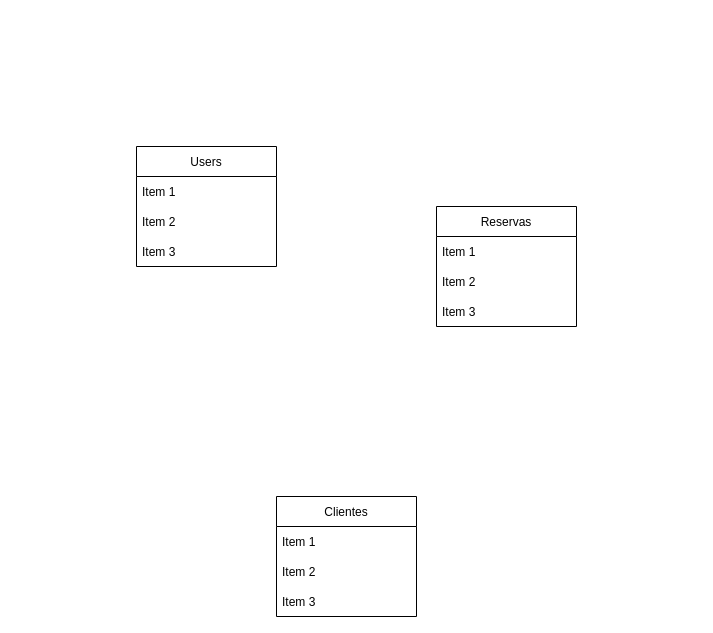
Before: web-checkin/PHP-web-check-in.drawio in danielo101/db-diagrams, a draw.io diagram. Source tidied: cells renumbered, new cells numbered last; positions are measured from the earlier drawing's top-left corner, leaving out a move shared by most shapes. Both pictures are drawn from the tidied source at 100%, with x=0, y=0 at pixel (136, 146).
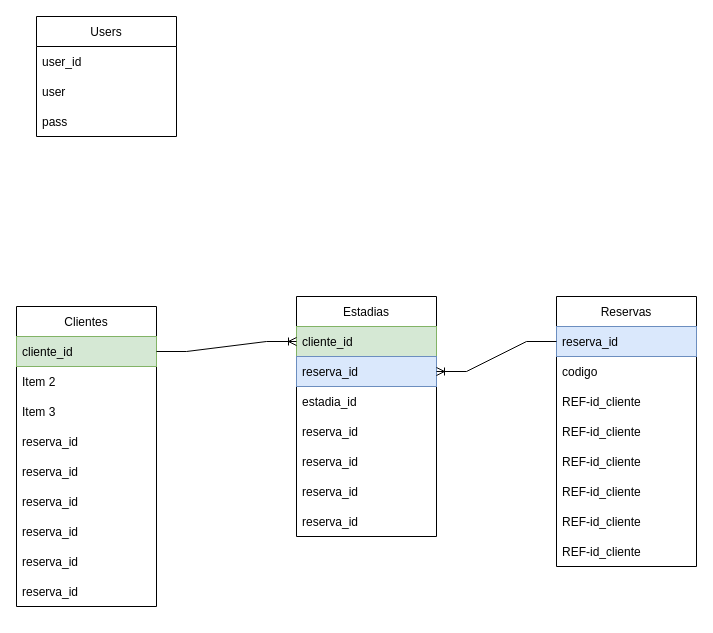
Above is the later version.

Diff of the diagram source:
```diff
@@
     <mxCell id="2" value="Users" style="swimlane;fontStyle=0;horizontal=1;startSize=30;" parent="1" vertex="1">
-      <mxGeometry width="140" height="120" as="geometry" />
+      <mxGeometry x="-100" y="-130" width="140" height="120" as="geometry" />
     </mxCell>
-    <mxCell id="3" value="Item 1" style="text;strokeColor=none;fillColor=none;align=left;verticalAlign=middle;spacingLeft=4;spacingRight=4;overflow=hidden;" parent="2" vertex="1">
+    <mxCell id="3" value="user_id" style="text;strokeColor=none;fillColor=none;align=left;verticalAlign=middle;spacingLeft=4;spacingRight=4;overflow=hidden;" parent="2" vertex="1">
       <mxGeometry y="30" width="140" height="30" as="geometry" />
     </mxCell>
-    <mxCell id="4" value="Item 2" style="text;strokeColor=none;fillColor=none;align=left;verticalAlign=middle;spacingLeft=4;spacingRight=4;overflow=hidden;" parent="2" vertex="1">
+    <mxCell id="4" value="user" style="text;strokeColor=none;fillColor=none;align=left;verticalAlign=middle;spacingLeft=4;spacingRight=4;overflow=hidden;" parent="2" vertex="1">
       <mxGeometry y="60" width="140" height="30" as="geometry" />
     </mxCell>
-    <mxCell id="5" value="Item 3" style="text;strokeColor=none;fillColor=none;align=left;verticalAlign=middle;spacingLeft=4;spacingRight=4;overflow=hidden;" parent="2" vertex="1">
+    <mxCell id="5" value="pass" style="text;strokeColor=none;fillColor=none;align=left;verticalAlign=middle;spacingLeft=4;spacingRight=4;overflow=hidden;" parent="2" vertex="1">
       <mxGeometry y="90" width="140" height="30" as="geometry" />
     </mxCell>
     <mxCell id="6" value="Reservas" style="swimlane;fontStyle=0;horizontal=1;startSize=30;" parent="1" vertex="1">
-      <mxGeometry x="300" y="60" width="140" height="120" as="geometry" />
+      <mxGeometry x="420" y="150" width="140" height="270" as="geometry" />
     </mxCell>
-    <mxCell id="7" value="Item 1" style="text;strokeColor=none;fillColor=none;align=left;verticalAlign=middle;spacingLeft=4;spacingRight=4;overflow=hidden;points=[[0,0.5],[1,0.5]];portConstraint=eastwest;" parent="6" vertex="1">
+    <mxCell id="7" value="reserva_id" style="text;strokeColor=#6c8ebf;fillColor=#dae8fc;align=left;verticalAlign=middle;spacingLeft=4;spacingRight=4;overflow=hidden;points=[[0,0.5],[1,0.5]];portConstraint=eastwest;" parent="6" vertex="1">
       <mxGeometry y="30" width="140" height="30" as="geometry" />
     </mxCell>
-    <mxCell id="8" value="Item 2" style="text;strokeColor=none;fillColor=none;align=left;verticalAlign=middle;spacingLeft=4;spacingRight=4;overflow=hidden;" parent="6" vertex="1">
+    <mxCell id="8" value="codigo" style="text;strokeColor=none;fillColor=none;align=left;verticalAlign=middle;spacingLeft=4;spacingRight=4;overflow=hidden;" parent="6" vertex="1">
       <mxGeometry y="60" width="140" height="30" as="geometry" />
     </mxCell>
+    <mxCell id="14" value="REF-id_cliente" style="text;strokeColor=none;fillColor=none;align=left;verticalAlign=middle;spacingLeft=4;spacingRight=4;overflow=hidden;" parent="6" vertex="1">
+      <mxGeometry y="90" width="140" height="30" as="geometry" />
+    </mxCell>
-    <mxCell id="9" value="Item 3" style="text;strokeColor=none;fillColor=none;align=left;verticalAlign=middle;spacingLeft=4;spacingRight=4;overflow=hidden;" parent="6" vertex="1">
-      <mxGeometry y="90" width="140" height="30" as="geometry" />
+    <mxCell id="9" value="REF-id_cliente" style="text;strokeColor=none;fillColor=none;align=left;verticalAlign=middle;spacingLeft=4;spacingRight=4;overflow=hidden;" parent="6" vertex="1">
+      <mxGeometry y="120" width="140" height="30" as="geometry" />
     </mxCell>
+    <mxCell id="15" value="REF-id_cliente" style="text;strokeColor=none;fillColor=none;align=left;verticalAlign=middle;spacingLeft=4;spacingRight=4;overflow=hidden;" parent="6" vertex="1">
+      <mxGeometry y="150" width="140" height="30" as="geometry" />
+    </mxCell>
+    <mxCell id="16" value="REF-id_cliente" style="text;strokeColor=none;fillColor=none;align=left;verticalAlign=middle;spacingLeft=4;spacingRight=4;overflow=hidden;" parent="6" vertex="1">
+      <mxGeometry y="180" width="140" height="30" as="geometry" />
+    </mxCell>
+    <mxCell id="17" value="REF-id_cliente" style="text;strokeColor=none;fillColor=none;align=left;verticalAlign=middle;spacingLeft=4;spacingRight=4;overflow=hidden;" parent="6" vertex="1">
+      <mxGeometry y="210" width="140" height="30" as="geometry" />
+    </mxCell>
+    <mxCell id="18" value="REF-id_cliente" style="text;strokeColor=none;fillColor=none;align=left;verticalAlign=middle;spacingLeft=4;spacingRight=4;overflow=hidden;" parent="6" vertex="1">
+      <mxGeometry y="240" width="140" height="30" as="geometry" />
+    </mxCell>
     <mxCell id="10" value="Clientes" style="swimlane;fontStyle=0;horizontal=1;startSize=30;" parent="1" vertex="1">
-      <mxGeometry x="140" y="350" width="140" height="120" as="geometry" />
+      <mxGeometry x="-120" y="160" width="140" height="300" as="geometry" />
     </mxCell>
-    <mxCell id="11" value="Item 1" style="text;strokeColor=none;fillColor=none;align=left;verticalAlign=middle;spacingLeft=4;spacingRight=4;overflow=hidden;points=[[0,0.5],[1,0.5]];portConstraint=eastwest;" parent="10" vertex="1">
+    <mxCell id="11" value="cliente_id" style="text;strokeColor=#82b366;fillColor=#d5e8d4;align=left;verticalAlign=middle;spacingLeft=4;spacingRight=4;overflow=hidden;points=[[0,0.5],[1,0.5]];portConstraint=eastwest;" parent="10" vertex="1">
       <mxGeometry y="30" width="140" height="30" as="geometry" />
     </mxCell>
@@
+    <mxCell id="19" value="reserva_id" style="text;strokeColor=none;fillColor=none;align=left;verticalAlign=middle;spacingLeft=4;spacingRight=4;overflow=hidden;" parent="10" vertex="1">
+      <mxGeometry y="120" width="140" height="30" as="geometry" />
+    </mxCell>
+    <mxCell id="20" value="reserva_id" style="text;strokeColor=none;fillColor=none;align=left;verticalAlign=middle;spacingLeft=4;spacingRight=4;overflow=hidden;" parent="10" vertex="1">
+      <mxGeometry y="150" width="140" height="30" as="geometry" />
+    </mxCell>
+    <mxCell id="21" value="reserva_id" style="text;strokeColor=none;fillColor=none;align=left;verticalAlign=middle;spacingLeft=4;spacingRight=4;overflow=hidden;" parent="10" vertex="1">
+      <mxGeometry y="180" width="140" height="30" as="geometry" />
+    </mxCell>
+    <mxCell id="22" value="reserva_id" style="text;strokeColor=none;fillColor=none;align=left;verticalAlign=middle;spacingLeft=4;spacingRight=4;overflow=hidden;" parent="10" vertex="1">
+      <mxGeometry y="210" width="140" height="30" as="geometry" />
+    </mxCell>
+    <mxCell id="23" value="reserva_id" style="text;strokeColor=none;fillColor=none;align=left;verticalAlign=middle;spacingLeft=4;spacingRight=4;overflow=hidden;" parent="10" vertex="1">
+      <mxGeometry y="240" width="140" height="30" as="geometry" />
+    </mxCell>
+    <mxCell id="24" value="reserva_id" style="text;strokeColor=none;fillColor=none;align=left;verticalAlign=middle;spacingLeft=4;spacingRight=4;overflow=hidden;" parent="10" vertex="1">
+      <mxGeometry y="270" width="140" height="30" as="geometry" />
+    </mxCell>
+    <mxCell id="25" value="Estadias" style="swimlane;fontStyle=0;horizontal=1;startSize=30;" parent="1" vertex="1">
+      <mxGeometry x="160" y="150" width="140" height="240" as="geometry" />
+    </mxCell>
+    <mxCell id="26" value="cliente_id" style="text;strokeColor=#82b366;fillColor=#d5e8d4;align=left;verticalAlign=middle;spacingLeft=4;spacingRight=4;overflow=hidden;points=[[0,0.5],[1,0.5]];portConstraint=eastwest;" parent="25" vertex="1">
+      <mxGeometry y="30" width="140" height="30" as="geometry" />
+    </mxCell>
+    <mxCell id="27" value="reserva_id" style="text;strokeColor=#6c8ebf;fillColor=#dae8fc;align=left;verticalAlign=middle;spacingLeft=4;spacingRight=4;overflow=hidden;points=[[0,0.5],[1,0.5]];portConstraint=eastwest;" parent="25" vertex="1">
+      <mxGeometry y="60" width="140" height="30" as="geometry" />
+    </mxCell>
+    <mxCell id="28" value="estadia_id" style="text;strokeColor=none;fillColor=none;align=left;verticalAlign=middle;spacingLeft=4;spacingRight=4;overflow=hidden;" parent="25" vertex="1">
+      <mxGeometry y="90" width="140" height="30" as="geometry" />
+    </mxCell>
+    <mxCell id="29" value="reserva_id" style="text;strokeColor=none;fillColor=none;align=left;verticalAlign=middle;spacingLeft=4;spacingRight=4;overflow=hidden;" parent="25" vertex="1">
+      <mxGeometry y="120" width="140" height="30" as="geometry" />
+    </mxCell>
+    <mxCell id="30" value="reserva_id" style="text;strokeColor=none;fillColor=none;align=left;verticalAlign=middle;spacingLeft=4;spacingRight=4;overflow=hidden;" parent="25" vertex="1">
+      <mxGeometry y="150" width="140" height="30" as="geometry" />
+    </mxCell>
+    <mxCell id="31" value="reserva_id" style="text;strokeColor=none;fillColor=none;align=left;verticalAlign=middle;spacingLeft=4;spacingRight=4;overflow=hidden;" parent="25" vertex="1">
+      <mxGeometry y="180" width="140" height="30" as="geometry" />
+    </mxCell>
+    <mxCell id="32" value="reserva_id" style="text;strokeColor=none;fillColor=none;align=left;verticalAlign=middle;spacingLeft=4;spacingRight=4;overflow=hidden;" parent="25" vertex="1">
+      <mxGeometry y="210" width="140" height="30" as="geometry" />
+    </mxCell>
+    <mxCell id="33" style="edgeStyle=entityRelationEdgeStyle;fontSize=12;html=1;endArrow=ERoneToMany;rounded=0;" parent="1" edge="1" source="7" target="27">
+      <mxGeometry relative="1" as="geometry" />
+    </mxCell>
+    <mxCell id="34" style="edgeStyle=entityRelationEdgeStyle;fontSize=12;html=1;endArrow=ERoneToMany;rounded=0;" parent="1" edge="1" source="11" target="26">
+      <mxGeometry relative="1" as="geometry" />
+    </mxCell>
```
